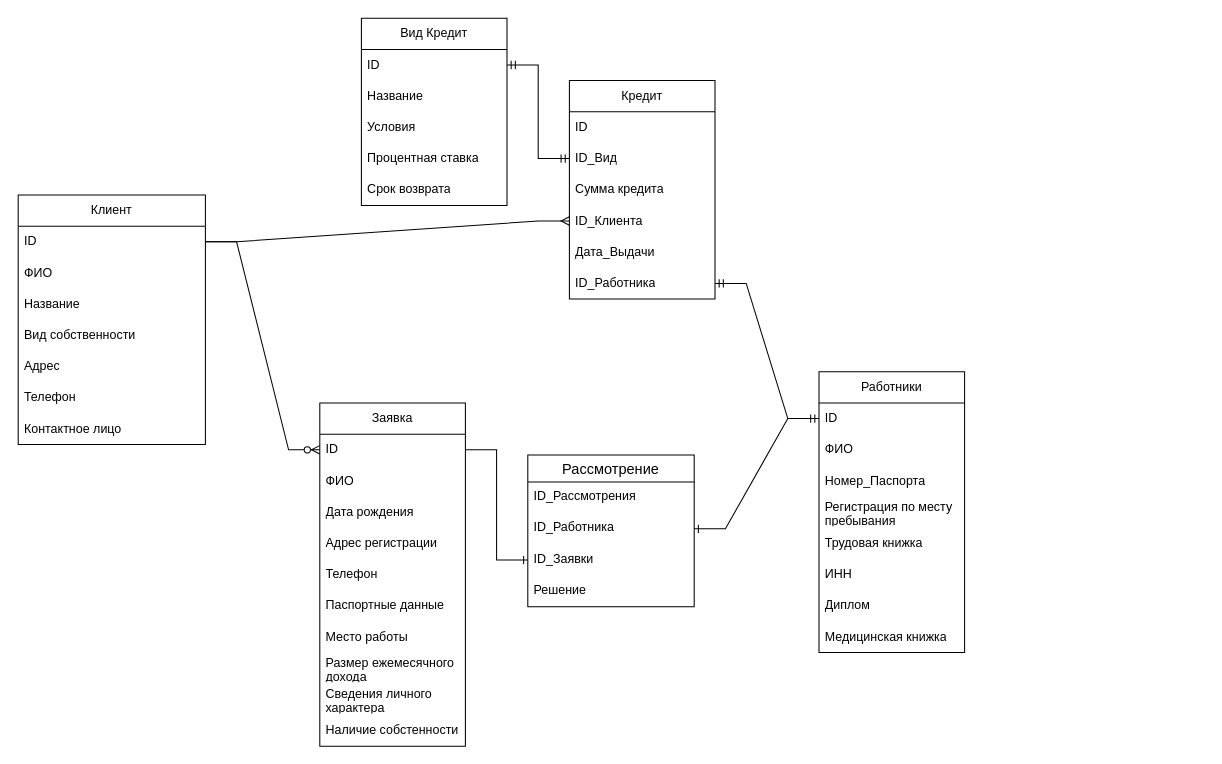
The draw.io diagram Диаграмма без названия (1).drawio in danila4211/BankProject, before the edit. Source tidied: cells renumbered, new cells numbered last; positions are measured from the earlier drawing's top-left corner, leaving out a move shared by most shapes. Both pictures are drawn from the tidied source at 104%, with x=0, y=0 at pixel (18, 18).
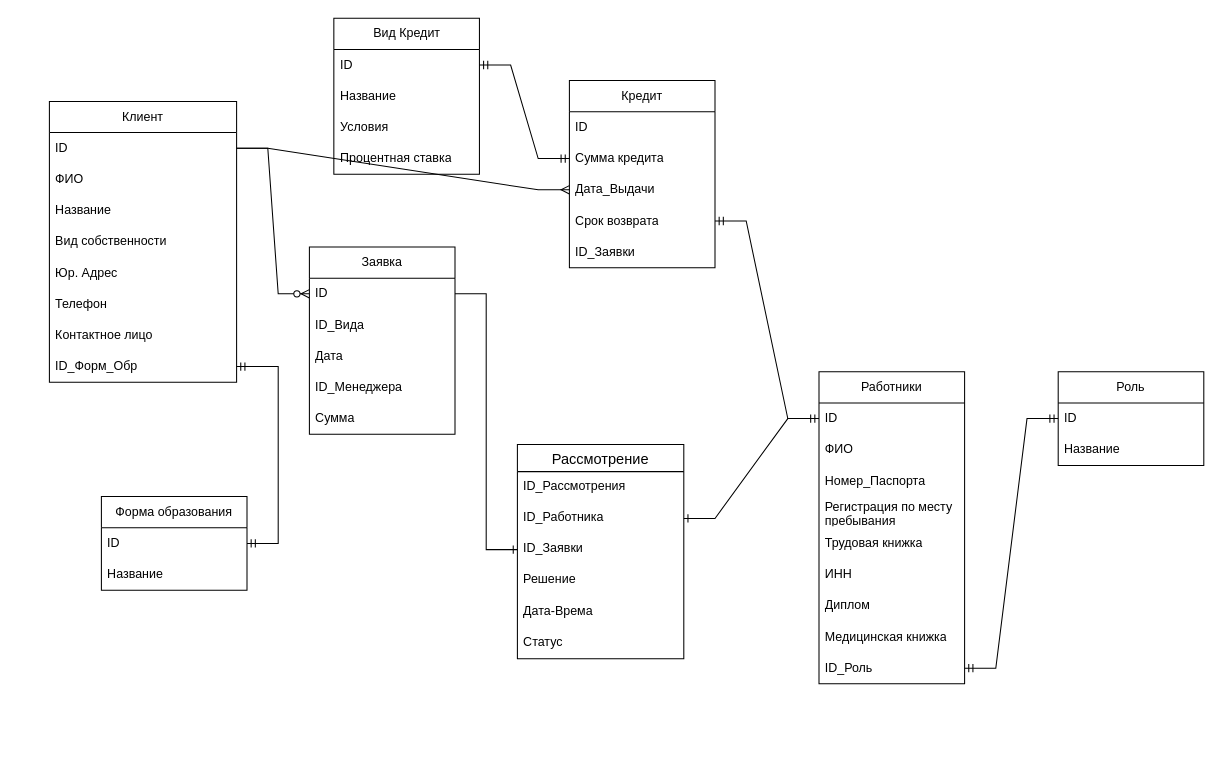
The same page after the edit.

The change refers to these unchanged cells:
```xml
<mxCell id="3" value="ID" style="text;strokeColor=none;fillColor=none;align=left;verticalAlign=middle;spacingLeft=4;spacingRight=4;overflow=hidden;points=[[0,0.5],[1,0.5]];portConstraint=eastwest;whiteSpace=wrap;html=1;" parent="2" vertex="1">
  <mxGeometry y="30" width="180" height="30" as="geometry" />
</mxCell>
<mxCell id="11" value="ID" style="text;strokeColor=none;fillColor=none;align=left;verticalAlign=middle;spacingLeft=4;spacingRight=4;overflow=hidden;points=[[0,0.5],[1,0.5]];portConstraint=eastwest;whiteSpace=wrap;html=1;" parent="10" vertex="1">
  <mxGeometry y="30" width="140" height="30" as="geometry" />
</mxCell>
<mxCell id="35" value="ID" style="text;strokeColor=none;fillColor=none;align=left;verticalAlign=middle;spacingLeft=4;spacingRight=4;overflow=hidden;points=[[0,0.5],[1,0.5]];portConstraint=eastwest;whiteSpace=wrap;html=1;" parent="34" vertex="1">
  <mxGeometry y="30" width="140" height="30" as="geometry" />
</mxCell>
```

Diff of the diagram source:
```diff
@@
     <mxCell id="2" value="Клиент" style="swimlane;fontStyle=0;horizontal=1;startSize=30;whiteSpace=wrap;html=1;" parent="1" vertex="1">
-      <mxGeometry y="170" width="180" height="240" as="geometry" />
+      <mxGeometry x="30" y="80" width="180" height="270" as="geometry" />
     </mxCell>
@@
-    <mxCell id="7" value="Адрес" style="text;strokeColor=none;fillColor=none;align=left;verticalAlign=middle;spacingLeft=4;spacingRight=4;overflow=hidden;whiteSpace=wrap;html=1;" parent="2" vertex="1">
+    <mxCell id="7" value="Юр. Адрес" style="text;strokeColor=none;fillColor=none;align=left;verticalAlign=middle;spacingLeft=4;spacingRight=4;overflow=hidden;whiteSpace=wrap;html=1;" parent="2" vertex="1">
       <mxGeometry y="150" width="180" height="30" as="geometry" />
     </mxCell>
@@
+    <mxCell id="54" value="ID_Форм_Обр" style="text;strokeColor=none;fillColor=none;align=left;verticalAlign=middle;spacingLeft=4;spacingRight=4;overflow=hidden;points=[[0,0.5],[1,0.5]];portConstraint=eastwest;whiteSpace=wrap;html=1;" parent="2" vertex="1">
+      <mxGeometry y="240" width="180" height="30" as="geometry" />
+    </mxCell>
     <mxCell id="10" value="Вид Кредит" style="swimlane;fontStyle=0;horizontal=1;startSize=30;whiteSpace=wrap;html=1;" parent="1" vertex="1">
-      <mxGeometry x="330" width="140" height="180" as="geometry" />
+      <mxGeometry x="303.5" width="140" height="150" as="geometry" />
     </mxCell>
@@
-    <mxCell id="15" value="Срок возврата" style="text;strokeColor=none;fillColor=none;align=left;verticalAlign=middle;spacingLeft=4;spacingRight=4;overflow=hidden;whiteSpace=wrap;html=1;" parent="10" vertex="1">
-      <mxGeometry y="150" width="140" height="30" as="geometry" />
-    </mxCell>
     <mxCell id="16" value="Кредит" style="swimlane;fontStyle=0;horizontal=1;startSize=30;whiteSpace=wrap;html=1;" parent="1" vertex="1">
-      <mxGeometry x="530" y="60" width="140" height="210" as="geometry" />
+      <mxGeometry x="530" y="60" width="140" height="180" as="geometry" />
     </mxCell>
@@
-    <mxCell id="18" value="ID_Вид" style="text;strokeColor=none;fillColor=none;align=left;verticalAlign=middle;spacingLeft=4;spacingRight=4;overflow=hidden;points=[[0,0.5],[1,0.5]];portConstraint=eastwest;whiteSpace=wrap;html=1;" parent="16" vertex="1">
-      <mxGeometry y="60" width="140" height="30" as="geometry" />
-    </mxCell>
     <mxCell id="19" value="Сумма кредита" style="text;strokeColor=none;fillColor=none;align=left;verticalAlign=middle;spacingLeft=4;spacingRight=4;overflow=hidden;whiteSpace=wrap;html=1;" parent="16" vertex="1">
-      <mxGeometry y="90" width="140" height="30" as="geometry" />
+      <mxGeometry y="60" width="140" height="30" as="geometry" />
     </mxCell>
-    <mxCell id="20" value="ID_Клиента" style="text;strokeColor=none;fillColor=none;align=left;verticalAlign=middle;spacingLeft=4;spacingRight=4;overflow=hidden;points=[[0,0.5],[1,0.5]];portConstraint=eastwest;whiteSpace=wrap;html=1;" parent="16" vertex="1">
-      <mxGeometry y="120" width="140" height="30" as="geometry" />
-    </mxCell>
     <mxCell id="21" value="Дата_Выдачи" style="text;strokeColor=none;fillColor=none;align=left;verticalAlign=middle;spacingLeft=4;spacingRight=4;overflow=hidden;whiteSpace=wrap;html=1;" parent="16" vertex="1">
-      <mxGeometry y="150" width="140" height="30" as="geometry" />
+      <mxGeometry y="90" width="140" height="30" as="geometry" />
     </mxCell>
-    <mxCell id="22" value="ID_Работника" style="text;strokeColor=none;fillColor=none;align=left;verticalAlign=middle;spacingLeft=4;spacingRight=4;overflow=hidden;points=[[0,0.5],[1,0.5]];portConstraint=eastwest;whiteSpace=wrap;html=1;" parent="16" vertex="1">
-      <mxGeometry y="180" width="140" height="30" as="geometry" />
-    </mxCell>
+    <mxCell id="15" value="Срок возврата" style="text;strokeColor=none;fillColor=none;align=left;verticalAlign=middle;spacingLeft=4;spacingRight=4;overflow=hidden;whiteSpace=wrap;html=1;" parent="16" vertex="1">
+      <mxGeometry y="120" width="140" height="30" as="geometry" />
+    </mxCell>
+    <mxCell id="55" value="ID_Заявки" style="text;strokeColor=none;fillColor=none;align=left;verticalAlign=middle;spacingLeft=4;spacingRight=4;overflow=hidden;whiteSpace=wrap;html=1;" parent="16" vertex="1">
+      <mxGeometry y="150" width="140" height="30" as="geometry" />
+    </mxCell>
     <mxCell id="23" value="Заявка" style="swimlane;fontStyle=0;horizontal=1;startSize=30;whiteSpace=wrap;html=1;" parent="1" vertex="1">
-      <mxGeometry x="290" y="370" width="140" height="330" as="geometry" />
+      <mxGeometry x="280" y="220" width="140" height="180" as="geometry" />
     </mxCell>
@@
-    <mxCell id="25" value="ФИО" style="text;strokeColor=none;fillColor=none;align=left;verticalAlign=middle;spacingLeft=4;spacingRight=4;overflow=hidden;whiteSpace=wrap;html=1;" parent="23" vertex="1">
-      <mxGeometry y="60" width="140" height="30" as="geometry" />
-    </mxCell>
-    <mxCell id="26" value="Дата рождения" style="text;strokeColor=none;fillColor=none;align=left;verticalAlign=middle;spacingLeft=4;spacingRight=4;overflow=hidden;whiteSpace=wrap;html=1;" parent="23" vertex="1">
-      <mxGeometry y="90" width="140" height="30" as="geometry" />
-    </mxCell>
-    <mxCell id="27" value="Адрес регистрации" style="text;strokeColor=none;fillColor=none;align=left;verticalAlign=middle;spacingLeft=4;spacingRight=4;overflow=hidden;whiteSpace=wrap;html=1;" parent="23" vertex="1">
-      <mxGeometry y="120" width="140" height="30" as="geometry" />
-    </mxCell>
-    <mxCell id="28" value="Телефон" style="text;strokeColor=none;fillColor=none;align=left;verticalAlign=middle;spacingLeft=4;spacingRight=4;overflow=hidden;whiteSpace=wrap;html=1;" parent="23" vertex="1">
-      <mxGeometry y="150" width="140" height="30" as="geometry" />
-    </mxCell>
-    <mxCell id="29" value="Паспортные данные" style="text;strokeColor=none;fillColor=none;align=left;verticalAlign=middle;spacingLeft=4;spacingRight=4;overflow=hidden;whiteSpace=wrap;html=1;" parent="23" vertex="1">
-      <mxGeometry y="180" width="140" height="30" as="geometry" />
-    </mxCell>
-    <mxCell id="30" value="Место работы" style="text;strokeColor=none;fillColor=none;align=left;verticalAlign=middle;spacingLeft=4;spacingRight=4;overflow=hidden;whiteSpace=wrap;html=1;" parent="23" vertex="1">
-      <mxGeometry y="210" width="140" height="30" as="geometry" />
-    </mxCell>
-    <mxCell id="31" value="Размер ежемесячного дохода" style="text;strokeColor=none;fillColor=none;align=left;verticalAlign=middle;spacingLeft=4;spacingRight=4;overflow=hidden;whiteSpace=wrap;html=1;" parent="23" vertex="1">
-      <mxGeometry y="240" width="140" height="30" as="geometry" />
-    </mxCell>
-    <mxCell id="32" value="Сведения личного характера" style="text;strokeColor=none;fillColor=none;align=left;verticalAlign=middle;spacingLeft=4;spacingRight=4;overflow=hidden;whiteSpace=wrap;html=1;" parent="23" vertex="1">
-      <mxGeometry y="270" width="140" height="30" as="geometry" />
-    </mxCell>
-    <mxCell id="33" value="Наличие собстенности" style="text;strokeColor=none;fillColor=none;align=left;verticalAlign=middle;spacingLeft=4;spacingRight=4;overflow=hidden;whiteSpace=wrap;html=1;" parent="23" vertex="1">
-      <mxGeometry y="300" width="140" height="30" as="geometry" />
-    </mxCell>
+    <mxCell id="56" value="ID_Вида" style="text;strokeColor=none;fillColor=none;align=left;verticalAlign=middle;spacingLeft=4;spacingRight=4;overflow=hidden;whiteSpace=wrap;html=1;" parent="23" vertex="1">
+      <mxGeometry y="60" width="140" height="30" as="geometry" />
+    </mxCell>
+    <mxCell id="57" value="Дата" style="text;strokeColor=none;fillColor=none;align=left;verticalAlign=middle;spacingLeft=4;spacingRight=4;overflow=hidden;whiteSpace=wrap;html=1;" parent="23" vertex="1">
+      <mxGeometry y="90" width="140" height="30" as="geometry" />
+    </mxCell>
+    <mxCell id="58" value="ID_Менеджера" style="text;strokeColor=none;fillColor=none;align=left;verticalAlign=middle;spacingLeft=4;spacingRight=4;overflow=hidden;whiteSpace=wrap;html=1;" parent="23" vertex="1">
+      <mxGeometry y="120" width="140" height="30" as="geometry" />
+    </mxCell>
+    <mxCell id="59" value="Сумма" style="text;strokeColor=none;fillColor=none;align=left;verticalAlign=middle;spacingLeft=4;spacingRight=4;overflow=hidden;whiteSpace=wrap;html=1;" parent="23" vertex="1">
+      <mxGeometry y="150" width="140" height="30" as="geometry" />
+    </mxCell>
     <mxCell id="34" value="Работники" style="swimlane;fontStyle=0;horizontal=1;startSize=30;whiteSpace=wrap;html=1;" parent="1" vertex="1">
-      <mxGeometry x="770" y="340" width="140" height="270" as="geometry" />
+      <mxGeometry x="770" y="340" width="140" height="300" as="geometry" />
     </mxCell>
@@
+    <mxCell id="60" value="ID_Роль" style="text;strokeColor=none;fillColor=none;align=left;verticalAlign=middle;spacingLeft=4;spacingRight=4;overflow=hidden;points=[[0,0.5],[1,0.5]];portConstraint=eastwest;whiteSpace=wrap;html=1;" parent="34" vertex="1">
+      <mxGeometry y="270" width="140" height="30" as="geometry" />
+    </mxCell>
-    <mxCell id="43" style="edgeStyle=entityRelationEdgeStyle;fontSize=12;html=1;endArrow=ERmandOne;startArrow=ERmandOne;rounded=0;" parent="1" edge="1" source="11" target="18">
-      <mxGeometry relative="1" as="geometry" />
+    <mxCell id="43" style="edgeStyle=entityRelationEdgeStyle;fontSize=12;html=1;endArrow=ERmandOne;startArrow=ERmandOne;rounded=0;" parent="1" edge="1" source="11">
+      <mxGeometry relative="1" as="geometry">
+        <mxPoint x="530" y="135" as="targetPoint" />
+      </mxGeometry>
     </mxCell>
     <mxCell id="44" value="Рассмотрение" style="swimlane;fontStyle=0;horizontal=1;startSize=26;align=center;fontSize=14;" parent="1" vertex="1">
-      <mxGeometry x="490" y="420" width="160" height="146" as="geometry" />
+      <mxGeometry x="480" y="410" width="160" height="206" as="geometry" />
     </mxCell>
@@
+    <mxCell id="61" value="Дата-Врема" style="text;strokeColor=none;fillColor=none;spacingLeft=4;spacingRight=4;overflow=hidden;fontSize=12;" parent="44" vertex="1">
+      <mxGeometry y="146" width="160" height="30" as="geometry" />
+    </mxCell>
+    <mxCell id="62" value="Статус" style="text;strokeColor=none;fillColor=none;spacingLeft=4;spacingRight=4;overflow=hidden;fontSize=12;" parent="44" vertex="1">
+      <mxGeometry y="176" width="160" height="30" as="geometry" />
+    </mxCell>
-    <mxCell id="49" style="edgeStyle=entityRelationEdgeStyle;fontSize=12;html=1;endArrow=ERmandOne;startArrow=ERmandOne;rounded=0;" parent="1" edge="1" source="22" target="35">
-      <mxGeometry relative="1" as="geometry" />
+    <mxCell id="49" style="edgeStyle=entityRelationEdgeStyle;fontSize=12;html=1;endArrow=ERmandOne;startArrow=ERmandOne;rounded=0;" parent="1" edge="1" target="35">
+      <mxGeometry relative="1" as="geometry">
+        <mxPoint x="670" y="195" as="sourcePoint" />
+      </mxGeometry>
     </mxCell>
-    <mxCell id="50" style="edgeStyle=entityRelationEdgeStyle;fontSize=12;html=1;endArrow=ERmany;rounded=0;exitX=1;exitY=0.5;exitDx=0;exitDy=0;" parent="1" edge="1" source="3" target="20">
-      <mxGeometry relative="1" as="geometry" />
+    <mxCell id="50" style="edgeStyle=entityRelationEdgeStyle;fontSize=12;html=1;endArrow=ERmany;rounded=0;exitX=1;exitY=0.5;exitDx=0;exitDy=0;" parent="1" edge="1" source="3">
+      <mxGeometry relative="1" as="geometry">
+        <mxPoint x="530" y="165" as="targetPoint" />
+      </mxGeometry>
     </mxCell>
@@
+    <mxCell id="63" value="Роль" style="swimlane;fontStyle=0;horizontal=1;startSize=30;whiteSpace=wrap;html=1;" parent="1" vertex="1">
+      <mxGeometry x="1000" y="340" width="140" height="90" as="geometry" />
+    </mxCell>
+    <mxCell id="64" value="ID" style="text;strokeColor=none;fillColor=none;align=left;verticalAlign=middle;spacingLeft=4;spacingRight=4;overflow=hidden;points=[[0,0.5],[1,0.5]];portConstraint=eastwest;whiteSpace=wrap;html=1;" parent="63" vertex="1">
+      <mxGeometry y="30" width="140" height="30" as="geometry" />
+    </mxCell>
+    <mxCell id="65" value="Название" style="text;strokeColor=none;fillColor=none;align=left;verticalAlign=middle;spacingLeft=4;spacingRight=4;overflow=hidden;whiteSpace=wrap;html=1;" parent="63" vertex="1">
+      <mxGeometry y="60" width="140" height="30" as="geometry" />
+    </mxCell>
+    <mxCell id="66" value="Форма образования" style="swimlane;fontStyle=0;horizontal=1;startSize=30;whiteSpace=wrap;html=1;" parent="1" vertex="1">
+      <mxGeometry x="80" y="460" width="140" height="90" as="geometry" />
+    </mxCell>
+    <mxCell id="67" value="ID" style="text;strokeColor=none;fillColor=none;align=left;verticalAlign=middle;spacingLeft=4;spacingRight=4;overflow=hidden;points=[[0,0.5],[1,0.5]];portConstraint=eastwest;whiteSpace=wrap;html=1;" parent="66" vertex="1">
+      <mxGeometry y="30" width="140" height="30" as="geometry" />
+    </mxCell>
+    <mxCell id="68" value="Название" style="text;strokeColor=none;fillColor=none;align=left;verticalAlign=middle;spacingLeft=4;spacingRight=4;overflow=hidden;whiteSpace=wrap;html=1;" parent="66" vertex="1">
+      <mxGeometry y="60" width="140" height="30" as="geometry" />
+    </mxCell>
+    <mxCell id="69" style="edgeStyle=entityRelationEdgeStyle;fontSize=12;html=1;endArrow=ERmandOne;startArrow=ERmandOne;rounded=0;entryX=1;entryY=0.5;entryDx=0;entryDy=0;" parent="1" edge="1" source="67" target="54">
+      <mxGeometry relative="1" as="geometry" />
+    </mxCell>
+    <mxCell id="70" style="edgeStyle=entityRelationEdgeStyle;fontSize=12;html=1;endArrow=ERmandOne;startArrow=ERmandOne;rounded=0;exitX=1;exitY=0.5;exitDx=0;exitDy=0;" parent="1" edge="1" source="60" target="64">
+      <mxGeometry relative="1" as="geometry" />
+    </mxCell>
```
